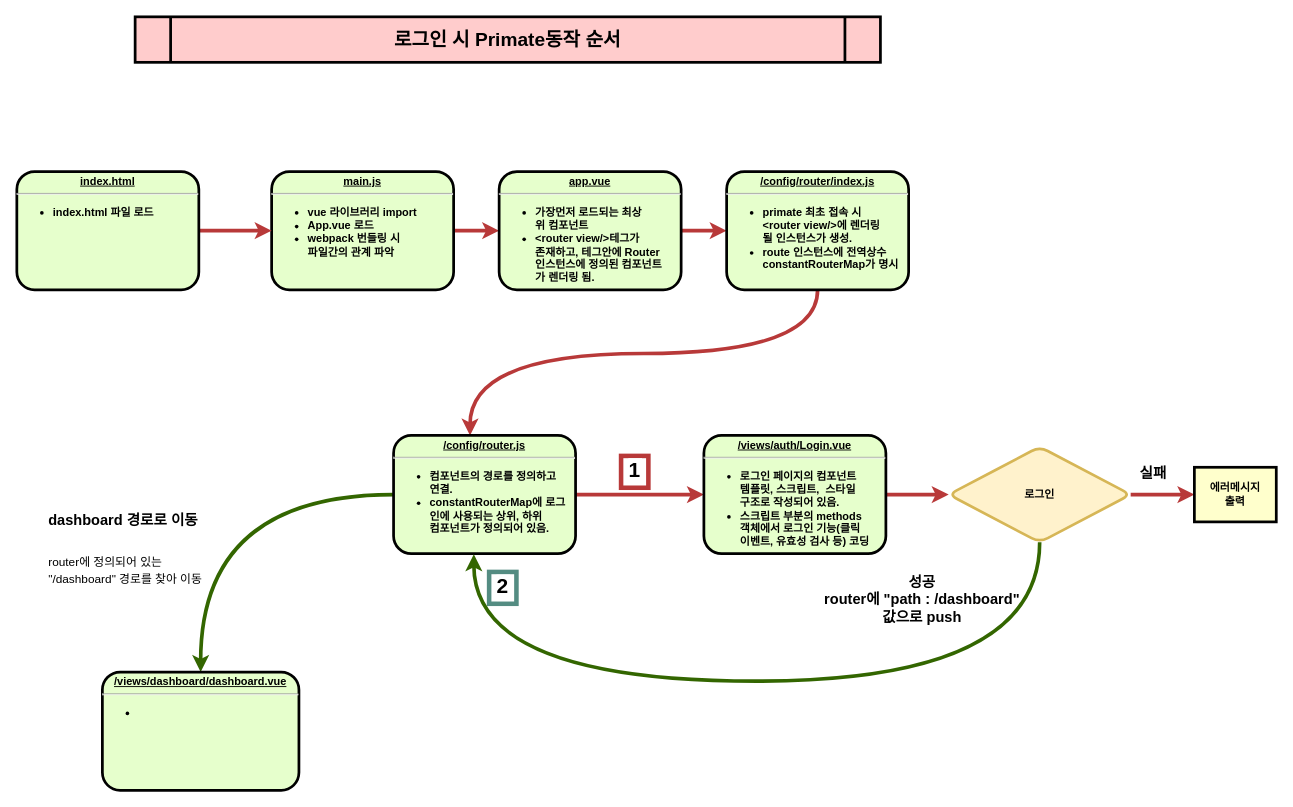
Above: primate 다이어그램.drawio in stardom3645/wiki (draw.io), before the change. Source tidied: cells renumbered, new cells numbered last; positions are measured from the earlier drawing's top-left corner, leaving out a move shared by most shapes. Both pictures are drawn from the tidied source at 91%, with x=0, y=0 at pixel (16, 16).
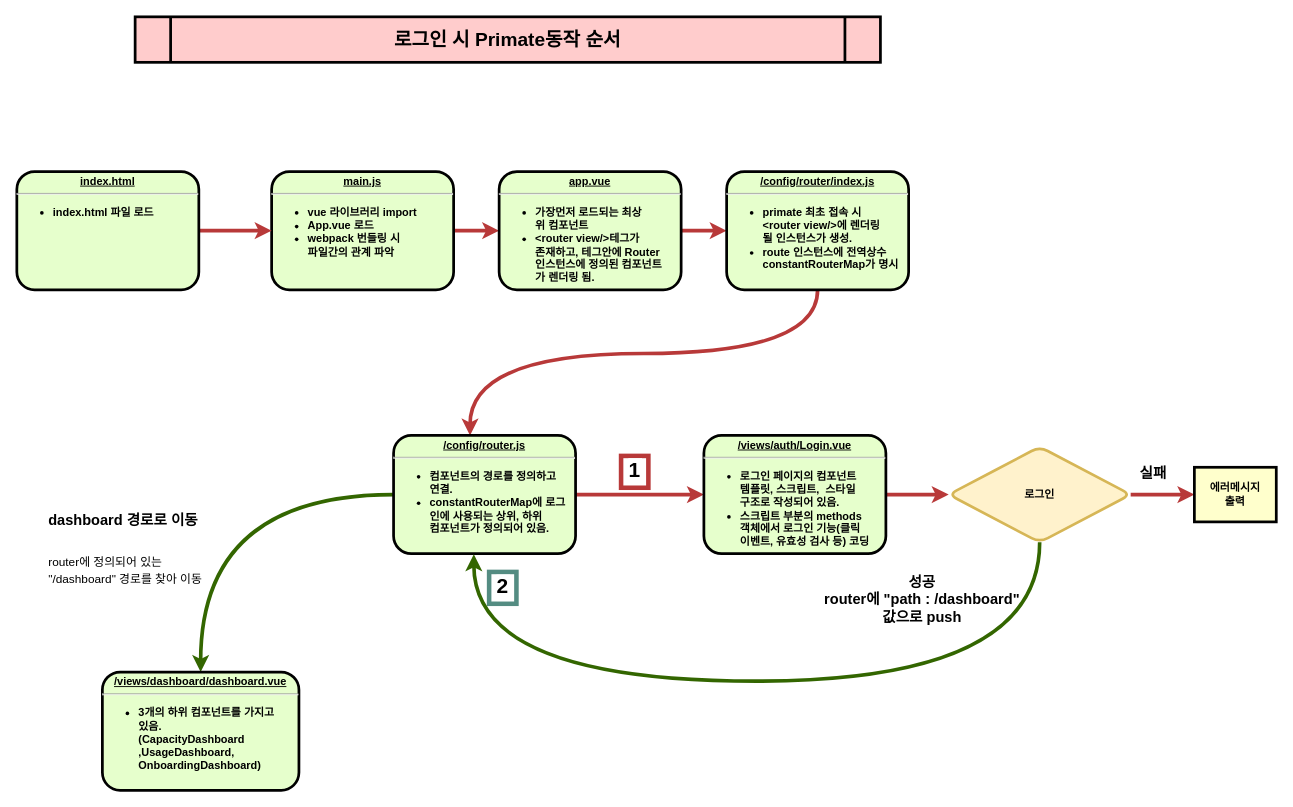
After the change.

Commit message (it also covers changes not shown here):
primate 다이어그램.drawio 업데이트

Diff of the diagram source:
```diff
@@
-    <mxCell id="17" value="&lt;p style=&quot;margin: 4px 0px 0px ; text-align: center ; text-decoration: underline&quot;&gt;&lt;strong&gt;/views/dashboard/dashboard.vue&lt;/strong&gt;&lt;/p&gt;&lt;hr&gt;&lt;p style=&quot;margin: 0px ; margin-left: 8px&quot;&gt;&lt;/p&gt;&lt;ul&gt;&lt;li&gt;&lt;div style=&quot;text-align: left&quot;&gt;&lt;br&gt;&lt;/div&gt;&lt;/li&gt;&lt;/ul&gt;" style="verticalAlign=middle;align=center;overflow=fill;fontSize=12;fontFamily=Helvetica;html=1;rounded=1;fontStyle=1;strokeWidth=3;fillColor=#E6FFCC;" parent="1" vertex="1">
+    <mxCell id="17" value="&lt;p style=&quot;margin: 4px 0px 0px ; text-align: center ; text-decoration: underline&quot;&gt;&lt;strong&gt;/views/dashboard/dashboard.vue&lt;/strong&gt;&lt;/p&gt;&lt;hr&gt;&lt;p style=&quot;margin: 0px ; margin-left: 8px&quot;&gt;&lt;/p&gt;&lt;ul&gt;&lt;li&gt;&lt;div style=&quot;text-align: left&quot;&gt;3개의 하위 컴포넌트를 가지고&amp;nbsp;&lt;br&gt;있음. &lt;br&gt;(&lt;span&gt;CapacityDashboard&lt;/span&gt;&lt;/div&gt;&lt;div style=&quot;text-align: left&quot;&gt;,UsageDashboard,&amp;nbsp;&lt;/div&gt;&lt;div style=&quot;text-align: left&quot;&gt;OnboardingDashboard)&lt;/div&gt;&lt;/li&gt;&lt;/ul&gt;" style="verticalAlign=middle;align=center;overflow=fill;fontSize=12;fontFamily=Helvetica;html=1;rounded=1;fontStyle=1;strokeWidth=3;fillColor=#E6FFCC;" parent="1" vertex="1">
       <mxGeometry x="94" y="720" width="216" height="130" as="geometry" />
     </mxCell>
```
